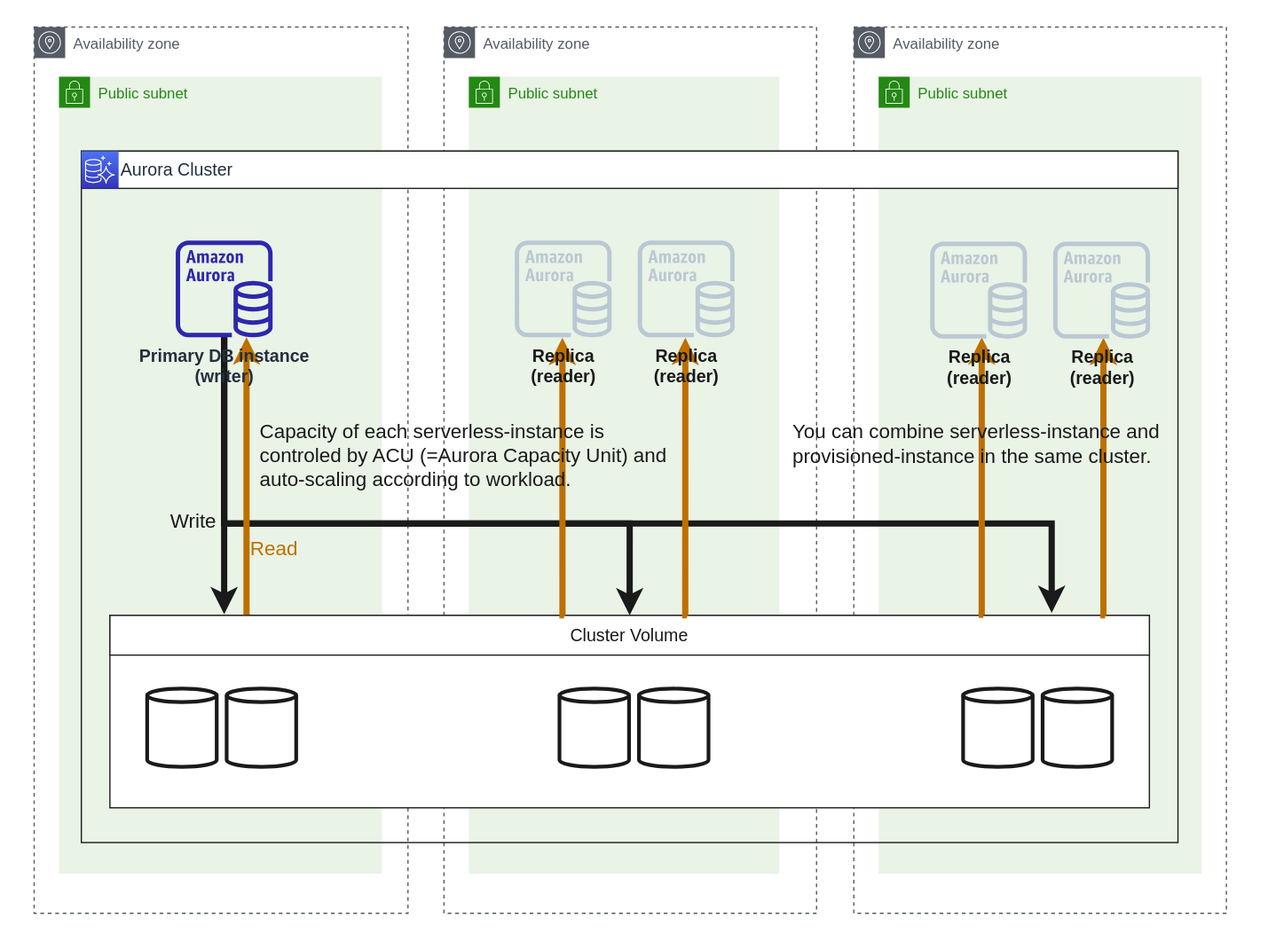
Earlier version of the draw.io export doc/architecture-aurora-serverless-v2.drawio.svg (Donngi/terraform-example-rds). Source tidied: cells renumbered, new cells last; positions are measured from the earlier drawing's top-left corner, leaving out a move shared by most shapes. The source it was exported from:
```xml
<mxGraphModel background="#FFFFFF">
  <root>
    <mxCell id="0" />
    <mxCell id="1" parent="0" />
    <mxCell id="2" style="rounded=0;whiteSpace=wrap;html=1;fontSize=16;fontColor=#1A1A1A;strokeColor=none;strokeWidth=3;fillColor=#FFFFFF;" parent="1" vertex="1">
      <mxGeometry width="1018" height="760" as="geometry" />
    </mxCell>
    <mxCell id="3" value="Availability zone" style="sketch=0;gradientColor=none;html=1;whiteSpace=wrap;fontSize=12;fontStyle=0;shape=mxgraph.aws4.group;grIcon=mxgraph.aws4.group_availability_zone;strokeColor=#545B64;fillColor=none;verticalAlign=top;align=left;spacingLeft=30;fontColor=#545B64;dashed=1;" parent="1" vertex="1">
      <mxGeometry x="686" y="20" width="300" height="714" as="geometry" />
    </mxCell>
    <mxCell id="4" value="Public subnet" style="gradientColor=none;html=1;whiteSpace=wrap;fontSize=12;fontStyle=0;shape=mxgraph.aws4.group;grIcon=mxgraph.aws4.group_security_group;grStroke=0;strokeColor=#248814;fillColor=#E9F3E6;verticalAlign=top;align=left;spacingLeft=30;fontColor=#248814;dashed=0;" parent="1" vertex="1">
      <mxGeometry x="706" y="60" width="260" height="642" as="geometry" />
    </mxCell>
    <mxCell id="5" value="Availability zone" style="sketch=0;gradientColor=none;html=1;whiteSpace=wrap;fontSize=12;fontStyle=0;shape=mxgraph.aws4.group;grIcon=mxgraph.aws4.group_availability_zone;strokeColor=#545B64;fillColor=none;verticalAlign=top;align=left;spacingLeft=30;fontColor=#545B64;dashed=1;" parent="1" vertex="1">
      <mxGeometry x="26" y="20" width="301" height="714" as="geometry" />
    </mxCell>
    <mxCell id="6" value="Public subnet" style="gradientColor=none;html=1;whiteSpace=wrap;fontSize=12;fontStyle=0;shape=mxgraph.aws4.group;grIcon=mxgraph.aws4.group_security_group;grStroke=0;strokeColor=#248814;fillColor=#E9F3E6;verticalAlign=top;align=left;spacingLeft=30;fontColor=#248814;dashed=0;" parent="1" vertex="1">
      <mxGeometry x="46" y="60" width="260" height="642" as="geometry" />
    </mxCell>
    <mxCell id="7" value="Availability zone" style="sketch=0;gradientColor=none;html=1;whiteSpace=wrap;fontSize=12;fontStyle=0;shape=mxgraph.aws4.group;grIcon=mxgraph.aws4.group_availability_zone;strokeColor=#545B64;fillColor=none;verticalAlign=top;align=left;spacingLeft=30;fontColor=#545B64;dashed=1;" parent="1" vertex="1">
      <mxGeometry x="356" y="20" width="300" height="714" as="geometry" />
    </mxCell>
    <mxCell id="8" value="Public subnet" style="gradientColor=none;html=1;whiteSpace=wrap;fontSize=12;fontStyle=0;shape=mxgraph.aws4.group;grIcon=mxgraph.aws4.group_security_group;grStroke=0;strokeColor=#248814;fillColor=#E9F3E6;verticalAlign=top;align=left;spacingLeft=30;fontColor=#248814;dashed=0;" parent="1" vertex="1">
      <mxGeometry x="376" y="60" width="250" height="642" as="geometry" />
    </mxCell>
    <mxCell id="9" style="rounded=0;whiteSpace=wrap;html=1;strokeColor=#1A1A1A;fillColor=none;" parent="8" vertex="1">
      <mxGeometry x="-312" y="60" width="883" height="557" as="geometry" />
    </mxCell>
    <mxCell id="10" style="edgeStyle=none;html=1;fontSize=16;fontColor=#1A1A1A;strokeWidth=5;strokeColor=#1A1A1A;" parent="8" edge="1" source="32">
      <mxGeometry relative="1" as="geometry">
        <mxPoint x="-197" y="433" as="targetPoint" />
      </mxGeometry>
    </mxCell>
    <mxCell id="11" value="Write&lt;br&gt;" style="edgeLabel;html=1;align=center;verticalAlign=middle;fontSize=16;fontColor=#1A1A1A;labelBackgroundColor=none;" parent="10" vertex="1">
      <mxGeometry x="0.39" y="-1" relative="1" as="geometry">
        <mxPoint x="-25" y="-7" as="offset" />
      </mxGeometry>
    </mxCell>
    <mxCell id="12" style="edgeStyle=orthogonalEdgeStyle;html=1;entryX=0.5;entryY=0;entryDx=0;entryDy=0;fontSize=16;fontColor=#1A1A1A;strokeColor=#1A1A1A;strokeWidth=5;rounded=0;" parent="8" edge="1" source="32" target="25">
      <mxGeometry relative="1" as="geometry">
        <Array as="points">
          <mxPoint x="-197" y="360" />
          <mxPoint x="130" y="360" />
        </Array>
      </mxGeometry>
    </mxCell>
    <mxCell id="13" style="edgeStyle=orthogonalEdgeStyle;rounded=0;html=1;entryX=0.906;entryY=-0.065;entryDx=0;entryDy=0;entryPerimeter=0;fontSize=16;fontColor=#1A1A1A;strokeColor=#1A1A1A;strokeWidth=5;" parent="8" edge="1" source="32" target="25">
      <mxGeometry relative="1" as="geometry">
        <Array as="points">
          <mxPoint x="-197" y="360" />
          <mxPoint x="469" y="360" />
        </Array>
      </mxGeometry>
    </mxCell>
    <mxCell id="14" style="rounded=0;whiteSpace=wrap;html=1;strokeColor=#1A1A1A;fillColor=#FFFFFF;" parent="8" vertex="1">
      <mxGeometry x="-312" y="60" width="883" height="30" as="geometry" />
    </mxCell>
    <mxCell id="15" value="Aurora Cluster" style="sketch=0;fontColor=#232F3E;gradientColor=#4D72F3;gradientDirection=north;fillColor=#3334B9;strokeColor=#ffffff;dashed=0;verticalLabelPosition=middle;verticalAlign=middle;align=left;html=1;fontSize=14;fontStyle=0;shape=mxgraph.aws4.resourceIcon;resIcon=mxgraph.aws4.aurora;labelPosition=right;" parent="8" vertex="1">
      <mxGeometry x="-312" y="60" width="30" height="30" as="geometry" />
    </mxCell>
    <mxCell id="16" style="rounded=0;whiteSpace=wrap;html=1;strokeColor=#1A1A1A;fillColor=#FFFFFF;" parent="8" vertex="1">
      <mxGeometry x="-289" y="434" width="837" height="155" as="geometry" />
    </mxCell>
    <mxCell id="17" style="edgeStyle=orthogonalEdgeStyle;rounded=0;html=1;fontSize=16;fontColor=#1A1A1A;strokeColor=#BD7000;strokeWidth=5;exitX=0.133;exitY=-0.011;exitDx=0;exitDy=0;exitPerimeter=0;fillColor=#f0a30a;" parent="8" edge="1" source="25" target="32">
      <mxGeometry relative="1" as="geometry">
        <Array as="points">
          <mxPoint x="-179" y="434" />
        </Array>
      </mxGeometry>
    </mxCell>
    <mxCell id="18" value="Read" style="edgeLabel;html=1;align=center;verticalAlign=middle;fontSize=16;fontColor=#BD7000;labelBackgroundColor=none;" parent="17" vertex="1">
      <mxGeometry x="0.45" y="-3" relative="1" as="geometry">
        <mxPoint x="18" y="108" as="offset" />
      </mxGeometry>
    </mxCell>
    <mxCell id="19" style="shape=cylinder3;whiteSpace=wrap;html=1;boundedLbl=1;backgroundOutline=1;size=5.4285714285719;fontSize=14;fontColor=#1A1A1A;strokeColor=#1A1A1A;fillColor=none;strokeWidth=3;" parent="8" vertex="1">
      <mxGeometry x="-195" y="493" width="56" height="63" as="geometry" />
    </mxCell>
    <mxCell id="20" style="shape=cylinder3;whiteSpace=wrap;html=1;boundedLbl=1;backgroundOutline=1;size=5.4285714285719;fontSize=14;fontColor=#1A1A1A;strokeColor=#1A1A1A;fillColor=none;strokeWidth=3;" parent="8" vertex="1">
      <mxGeometry x="-259" y="493" width="56" height="63" as="geometry" />
    </mxCell>
    <mxCell id="21" style="shape=cylinder3;whiteSpace=wrap;html=1;boundedLbl=1;backgroundOutline=1;size=5.4285714285719;fontSize=14;fontColor=#1A1A1A;strokeColor=#1A1A1A;fillColor=none;strokeWidth=3;" parent="8" vertex="1">
      <mxGeometry x="462" y="493" width="56" height="63" as="geometry" />
    </mxCell>
    <mxCell id="22" style="shape=cylinder3;whiteSpace=wrap;html=1;boundedLbl=1;backgroundOutline=1;size=5.4285714285719;fontSize=14;fontColor=#1A1A1A;strokeColor=#1A1A1A;fillColor=none;strokeWidth=3;" parent="8" vertex="1">
      <mxGeometry x="398" y="493" width="56" height="63" as="geometry" />
    </mxCell>
    <mxCell id="23" style="shape=cylinder3;whiteSpace=wrap;html=1;boundedLbl=1;backgroundOutline=1;size=5.4285714285719;fontSize=14;fontColor=#1A1A1A;strokeColor=#1A1A1A;fillColor=none;strokeWidth=3;" parent="8" vertex="1">
      <mxGeometry x="137" y="493" width="56" height="63" as="geometry" />
    </mxCell>
    <mxCell id="24" style="shape=cylinder3;whiteSpace=wrap;html=1;boundedLbl=1;backgroundOutline=1;size=5.4285714285719;fontSize=14;fontColor=#1A1A1A;strokeColor=#1A1A1A;fillColor=none;strokeWidth=3;" parent="8" vertex="1">
      <mxGeometry x="73" y="493" width="56" height="63" as="geometry" />
    </mxCell>
    <mxCell id="25" value="Cluster Volume" style="rounded=0;whiteSpace=wrap;html=1;strokeColor=#1A1A1A;fillColor=#FFFFFF;fontColor=#1A1A1A;fontSize=14;" parent="8" vertex="1">
      <mxGeometry x="-289" y="434" width="837" height="32" as="geometry" />
    </mxCell>
    <mxCell id="26" style="edgeStyle=orthogonalEdgeStyle;rounded=0;html=1;fontSize=16;fontColor=#1A1A1A;strokeColor=#BD7000;strokeWidth=5;exitX=0.133;exitY=-0.011;exitDx=0;exitDy=0;exitPerimeter=0;fillColor=#f0a30a;" parent="8" edge="1">
      <mxGeometry relative="1" as="geometry">
        <mxPoint x="175.7" y="434" as="sourcePoint" />
        <mxPoint x="174.3" y="210.4" as="targetPoint" />
        <Array as="points">
          <mxPoint x="174.3" y="434.4" />
        </Array>
      </mxGeometry>
    </mxCell>
    <mxCell id="27" style="edgeStyle=orthogonalEdgeStyle;rounded=0;html=1;fontSize=16;fontColor=#1A1A1A;strokeColor=#BD7000;strokeWidth=5;exitX=0.133;exitY=-0.011;exitDx=0;exitDy=0;exitPerimeter=0;fillColor=#f0a30a;" parent="8" edge="1">
      <mxGeometry relative="1" as="geometry">
        <mxPoint x="76.7" y="434" as="sourcePoint" />
        <mxPoint x="75.4" y="210.3" as="targetPoint" />
        <Array as="points">
          <mxPoint x="75.4" y="434.4" />
        </Array>
      </mxGeometry>
    </mxCell>
    <mxCell id="28" style="edgeStyle=orthogonalEdgeStyle;rounded=0;html=1;fontSize=16;fontColor=#1A1A1A;strokeColor=#BD7000;strokeWidth=5;exitX=0.133;exitY=-0.011;exitDx=0;exitDy=0;exitPerimeter=0;fillColor=#f0a30a;" parent="8" edge="1">
      <mxGeometry relative="1" as="geometry">
        <mxPoint x="414.3" y="433.6" as="sourcePoint" />
        <mxPoint x="413" y="210" as="targetPoint" />
        <Array as="points">
          <mxPoint x="413" y="434" />
        </Array>
      </mxGeometry>
    </mxCell>
    <mxCell id="29" style="edgeStyle=orthogonalEdgeStyle;rounded=0;html=1;fontSize=16;fontColor=#1A1A1A;strokeColor=#BD7000;strokeWidth=5;exitX=0.133;exitY=-0.011;exitDx=0;exitDy=0;exitPerimeter=0;fillColor=#f0a30a;" parent="8" edge="1">
      <mxGeometry relative="1" as="geometry">
        <mxPoint x="512.3" y="434" as="sourcePoint" />
        <mxPoint x="511" y="210.4" as="targetPoint" />
        <Array as="points">
          <mxPoint x="511" y="434.4" />
        </Array>
      </mxGeometry>
    </mxCell>
    <mxCell id="30" value="Replica&lt;br&gt;(reader)" style="sketch=0;fillColor=#bac8d3;strokeColor=#23445d;dashed=0;verticalLabelPosition=bottom;verticalAlign=top;align=center;html=1;fontSize=14;fontStyle=1;shape=mxgraph.aws4.aurora_instance;fontColor=#1A1A1A;" parent="8" vertex="1">
      <mxGeometry x="37" y="132" width="78" height="78" as="geometry" />
    </mxCell>
    <mxCell id="31" value="Replica&lt;br style=&quot;border-color: var(--border-color);&quot;&gt;(reader)" style="sketch=0;fillColor=#bac8d3;strokeColor=#23445d;dashed=0;verticalLabelPosition=bottom;verticalAlign=top;align=center;html=1;fontSize=14;fontStyle=1;shape=mxgraph.aws4.aurora_instance;fontColor=#1A1A1A;" parent="8" vertex="1">
      <mxGeometry x="136" y="132" width="78" height="78" as="geometry" />
    </mxCell>
    <mxCell id="32" value="Primary DB instance&lt;br&gt;(writer)" style="sketch=0;outlineConnect=0;fontColor=#232F3E;gradientColor=none;fillColor=#2E27AD;strokeColor=none;dashed=0;verticalLabelPosition=bottom;verticalAlign=top;align=center;html=1;fontSize=14;fontStyle=1;shape=mxgraph.aws4.aurora_instance;" parent="8" vertex="1">
      <mxGeometry x="-236" y="132" width="78" height="78" as="geometry" />
    </mxCell>
    <mxCell id="33" value="Replica&lt;br style=&quot;border-color: var(--border-color);&quot;&gt;(reader)" style="sketch=0;fillColor=#bac8d3;strokeColor=#23445d;dashed=0;verticalLabelPosition=bottom;verticalAlign=top;align=center;html=1;fontSize=14;fontStyle=1;shape=mxgraph.aws4.aurora_instance;fontColor=#1A1A1A;" parent="1" vertex="1">
      <mxGeometry x="747.5" y="193" width="78" height="78" as="geometry" />
    </mxCell>
    <mxCell id="34" value="Replica&lt;br style=&quot;border-color: var(--border-color);&quot;&gt;(reader)" style="sketch=0;fillColor=#bac8d3;strokeColor=#23445d;dashed=0;verticalLabelPosition=bottom;verticalAlign=top;align=center;html=1;fontSize=14;fontStyle=1;shape=mxgraph.aws4.aurora_instance;fontColor=#1A1A1A;" parent="1" vertex="1">
      <mxGeometry x="846.5" y="193" width="78" height="78" as="geometry" />
    </mxCell>
    <mxCell id="35" value="Capacity of each serverless-instance is&lt;br&gt;controled by ACU (=Aurora Capacity Unit) and&lt;br&gt;auto-scaling according to workload." style="text;html=1;align=left;verticalAlign=middle;strokeColor=none;fillColor=none;fontSize=16;fontColor=#1A1A1A;" parent="1" vertex="1">
      <mxGeometry x="206" y="330" width="350" height="70" as="geometry" />
    </mxCell>
    <mxCell id="36" value="You can combine serverless-instance and&lt;br&gt;provisioned-instance in the same cluster.&lt;br&gt;" style="text;html=1;align=left;verticalAlign=middle;strokeColor=none;fillColor=none;fontSize=16;fontColor=#1A1A1A;" parent="1" vertex="1">
      <mxGeometry x="635" y="331" width="320" height="50" as="geometry" />
    </mxCell>
  </root>
</mxGraphModel>
```
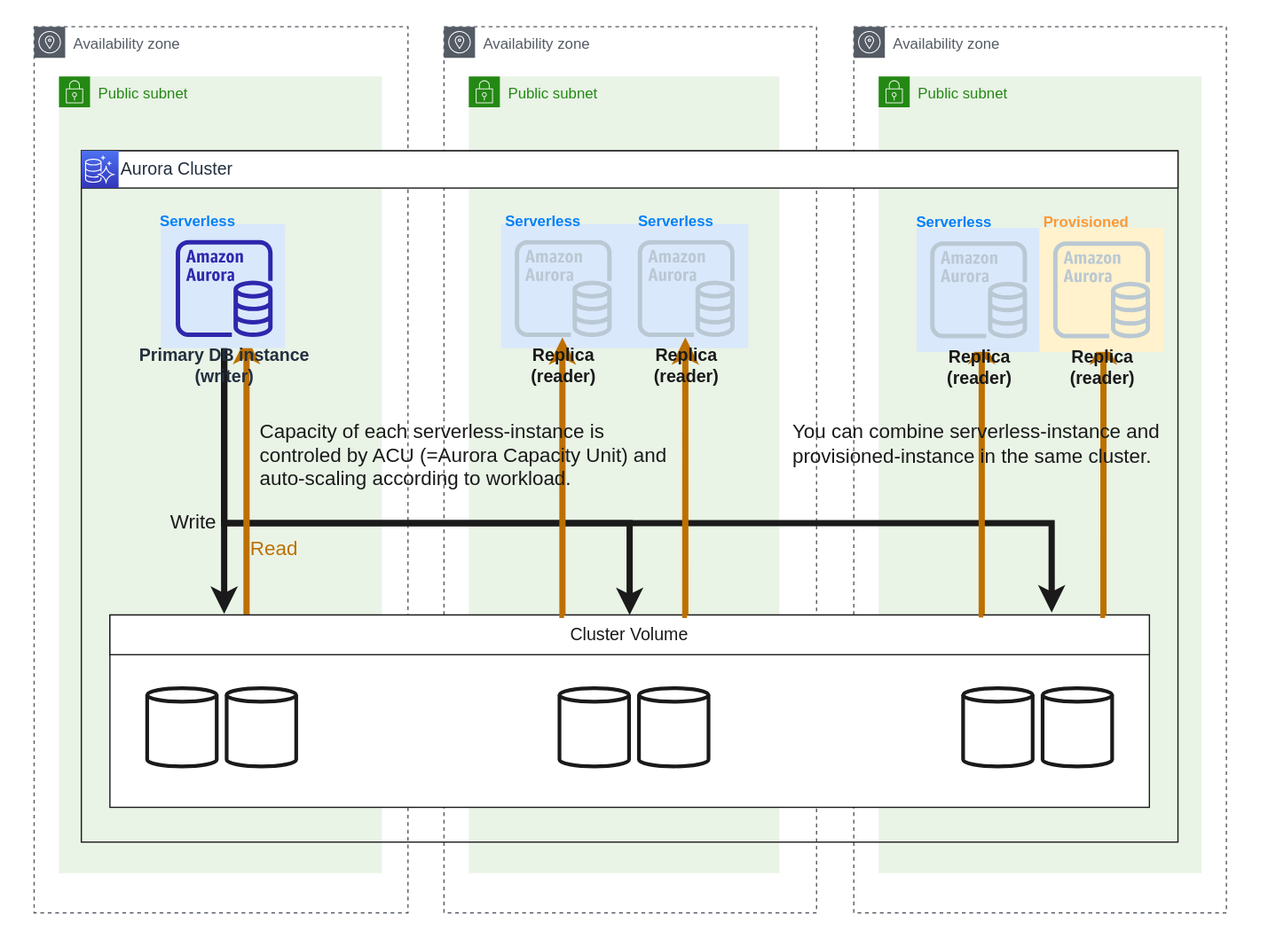
Above is the later version.

Commit message:
Add instance type

Diff of the diagram source:
```diff
@@ -23,6 +23,12 @@
     <mxCell id="8" value="Public subnet" style="gradientColor=none;html=1;whiteSpace=wrap;fontSize=12;fontStyle=0;shape=mxgraph.aws4.group;grIcon=mxgraph.aws4.group_security_group;grStroke=0;strokeColor=#248814;fillColor=#E9F3E6;verticalAlign=top;align=left;spacingLeft=30;fontColor=#248814;dashed=0;" parent="1" vertex="1">
       <mxGeometry x="376" y="60" width="250" height="642" as="geometry" />
     </mxCell>
+    <mxCell id="37" style="rounded=0;whiteSpace=wrap;html=1;strokeColor=none;fillColor=#dae8fc;" parent="8" vertex="1">
+      <mxGeometry x="26" y="119" width="100" height="100" as="geometry" />
+    </mxCell>
+    <mxCell id="38" style="rounded=0;whiteSpace=wrap;html=1;strokeColor=none;fillColor=#dae8fc;" parent="8" vertex="1">
+      <mxGeometry x="125" y="119" width="100" height="100" as="geometry" />
+    </mxCell>
     <mxCell id="9" style="rounded=0;whiteSpace=wrap;html=1;strokeColor=#1A1A1A;fillColor=none;" parent="8" vertex="1">
       <mxGeometry x="-312" y="60" width="883" height="557" as="geometry" />
     </mxCell>
@@ -136,12 +142,27 @@
     <mxCell id="31" value="Replica&lt;br style=&quot;border-color: var(--border-color);&quot;&gt;(reader)" style="sketch=0;fillColor=#bac8d3;strokeColor=#23445d;dashed=0;verticalLabelPosition=bottom;verticalAlign=top;align=center;html=1;fontSize=14;fontStyle=1;shape=mxgraph.aws4.aurora_instance;fontColor=#1A1A1A;" parent="8" vertex="1">
       <mxGeometry x="136" y="132" width="78" height="78" as="geometry" />
     </mxCell>
+    <mxCell id="39" style="rounded=0;whiteSpace=wrap;html=1;strokeColor=none;fillColor=#dae8fc;" parent="8" vertex="1">
+      <mxGeometry x="-248" y="119" width="100" height="100" as="geometry" />
+    </mxCell>
     <mxCell id="32" value="Primary DB instance&lt;br&gt;(writer)" style="sketch=0;outlineConnect=0;fontColor=#232F3E;gradientColor=none;fillColor=#2E27AD;strokeColor=none;dashed=0;verticalLabelPosition=bottom;verticalAlign=top;align=center;html=1;fontSize=14;fontStyle=1;shape=mxgraph.aws4.aurora_instance;" parent="8" vertex="1">
       <mxGeometry x="-236" y="132" width="78" height="78" as="geometry" />
     </mxCell>
+    <mxCell id="40" value="&lt;font color=&quot;#007fff&quot;&gt;Serverless&lt;/font&gt;" style="text;html=1;strokeColor=none;fillColor=none;align=center;verticalAlign=middle;whiteSpace=wrap;rounded=0;fontColor=#FF8000;fontStyle=1;" parent="8" vertex="1">
+      <mxGeometry x="30" y="102" width="60" height="30" as="geometry" />
+    </mxCell>
+    <mxCell id="41" value="&lt;font color=&quot;#007fff&quot;&gt;Serverless&lt;/font&gt;" style="text;html=1;strokeColor=none;fillColor=none;align=center;verticalAlign=middle;whiteSpace=wrap;rounded=0;fontColor=#FF8000;fontStyle=1;" parent="8" vertex="1">
+      <mxGeometry x="137" y="102" width="60" height="30" as="geometry" />
+    </mxCell>
+    <mxCell id="42" style="rounded=0;whiteSpace=wrap;html=1;strokeColor=none;fillColor=#dae8fc;" parent="1" vertex="1">
+      <mxGeometry x="736.5" y="182" width="100" height="100" as="geometry" />
+    </mxCell>
     <mxCell id="33" value="Replica&lt;br style=&quot;border-color: var(--border-color);&quot;&gt;(reader)" style="sketch=0;fillColor=#bac8d3;strokeColor=#23445d;dashed=0;verticalLabelPosition=bottom;verticalAlign=top;align=center;html=1;fontSize=14;fontStyle=1;shape=mxgraph.aws4.aurora_instance;fontColor=#1A1A1A;" parent="1" vertex="1">
       <mxGeometry x="747.5" y="193" width="78" height="78" as="geometry" />
     </mxCell>
+    <mxCell id="43" style="rounded=0;whiteSpace=wrap;html=1;strokeColor=none;fillColor=#fff2cc;" parent="1" vertex="1">
+      <mxGeometry x="835.5" y="182" width="100" height="100" as="geometry" />
+    </mxCell>
     <mxCell id="34" value="Replica&lt;br style=&quot;border-color: var(--border-color);&quot;&gt;(reader)" style="sketch=0;fillColor=#bac8d3;strokeColor=#23445d;dashed=0;verticalLabelPosition=bottom;verticalAlign=top;align=center;html=1;fontSize=14;fontStyle=1;shape=mxgraph.aws4.aurora_instance;fontColor=#1A1A1A;" parent="1" vertex="1">
       <mxGeometry x="846.5" y="193" width="78" height="78" as="geometry" />
     </mxCell>
@@ -151,5 +172,14 @@
     <mxCell id="36" value="You can combine serverless-instance and&lt;br&gt;provisioned-instance in the same cluster.&lt;br&gt;" style="text;html=1;align=left;verticalAlign=middle;strokeColor=none;fillColor=none;fontSize=16;fontColor=#1A1A1A;" parent="1" vertex="1">
       <mxGeometry x="635" y="331" width="320" height="50" as="geometry" />
     </mxCell>
+    <mxCell id="44" value="&lt;font color=&quot;#007fff&quot;&gt;Serverless&lt;/font&gt;" style="text;html=1;strokeColor=none;fillColor=none;align=center;verticalAlign=middle;whiteSpace=wrap;rounded=0;fontColor=#FF8000;fontStyle=1;" parent="1" vertex="1">
+      <mxGeometry x="128" y="162" width="60" height="30" as="geometry" />
+    </mxCell>
+    <mxCell id="45" value="&lt;font color=&quot;#007fff&quot;&gt;Serverless&lt;/font&gt;" style="text;html=1;strokeColor=none;fillColor=none;align=center;verticalAlign=middle;whiteSpace=wrap;rounded=0;fontColor=#FF8000;fontStyle=1;" parent="1" vertex="1">
+      <mxGeometry x="736.5" y="163" width="60" height="30" as="geometry" />
+    </mxCell>
+    <mxCell id="46" value="&lt;font&gt;Provisioned&lt;/font&gt;" style="text;html=1;strokeColor=none;fillColor=none;align=left;verticalAlign=middle;whiteSpace=wrap;rounded=0;fontColor=#FF9933;fontStyle=1;" parent="1" vertex="1">
+      <mxGeometry x="836.5" y="163" width="60" height="30" as="geometry" />
+    </mxCell>
   </root>
 </mxGraphModel>
```
